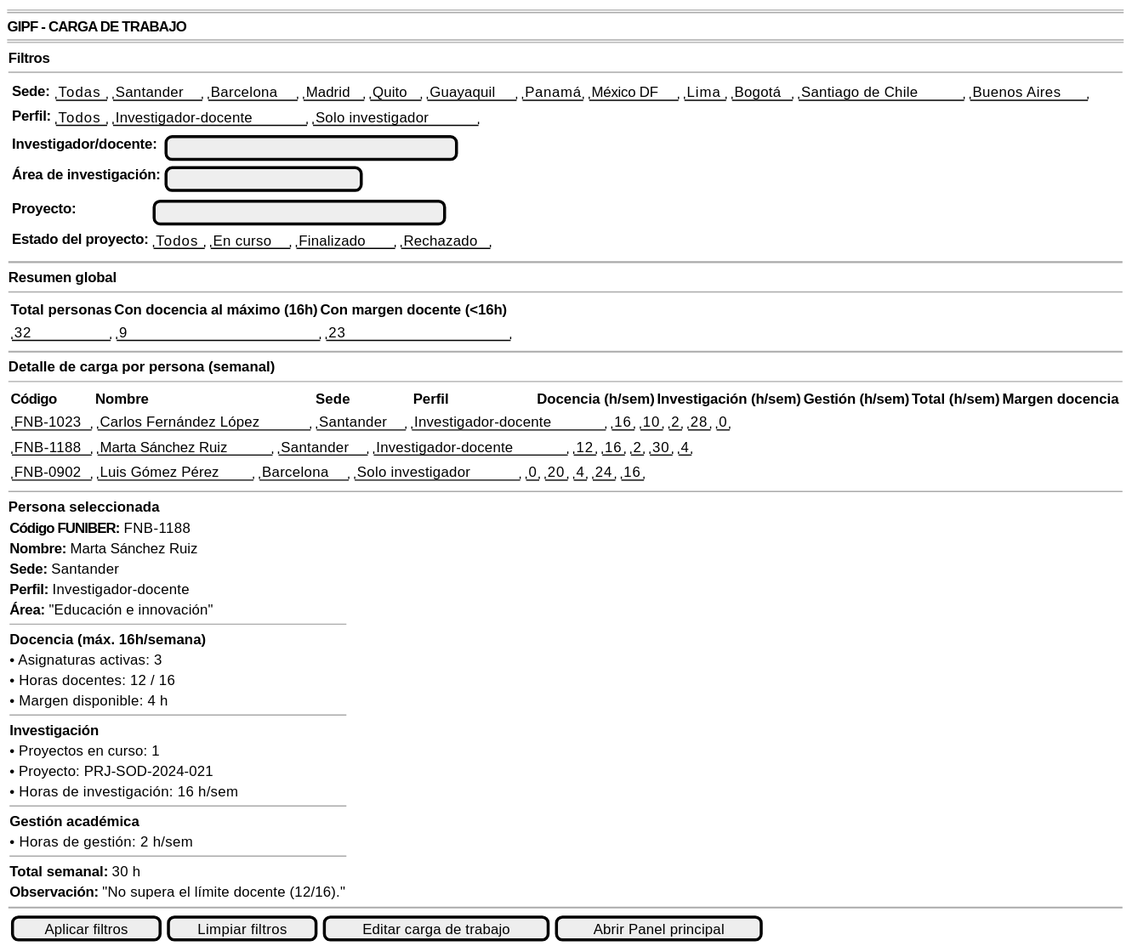
The PlantUML diagram documents/casosDeUso/detalle/coordinador/06-carga-trabajo/abrirOpcionesCargaTrabajo/prototipo/abrirOpcionesCargaTrabajo-wireframe.svg in 31Diego/25-26-IdSw1-SdR, before a commit.
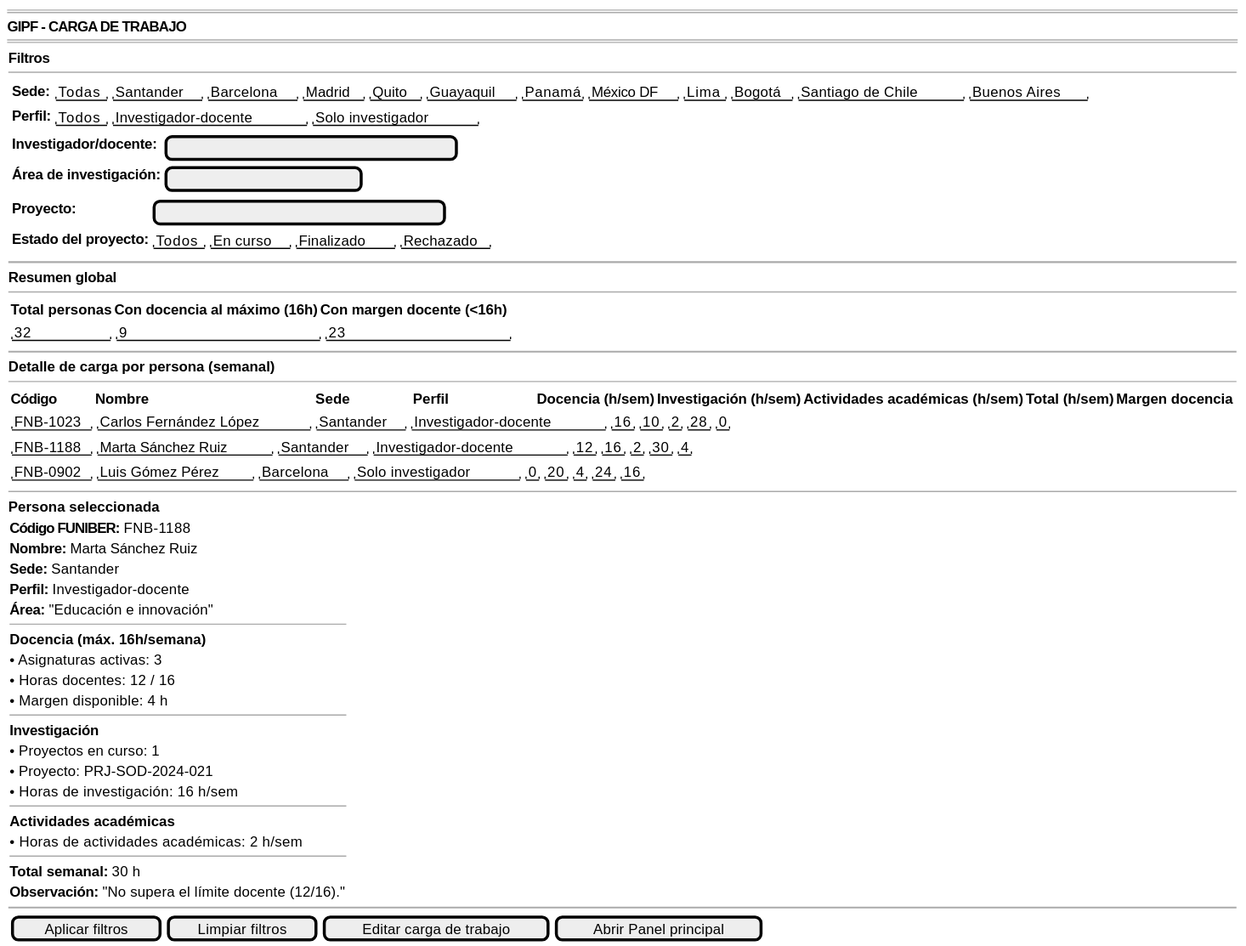
Above is the later version.

Diff of the diagram source:
```diff
@@ -34,7 +34,7 @@
         <b>Detalle de carga por persona (semanal)</b>
         --
         {
-            {<b>Código          </b> | <b>Nombre                                              </b> | <b>Sede                 </b> | <b>Perfil                        </b> | <b>Docencia (h/sem)</b> | <b>Investigación (h/sem)</b> | <b>Gestión (h/sem)</b> | <b>Total (h/sem)</b> | <b>Margen docencia</b>}
+            {<b>Código          </b> | <b>Nombre                                              </b> | <b>Sede                 </b> | <b>Perfil                        </b> | <b>Docencia (h/sem)</b> | <b>Investigación (h/sem)</b> | <b>Actividades académicas (h/sem)</b> | <b>Total (h/sem)</b> | <b>Margen docencia</b>}
             {"FNB-1023" | "Carlos Fernández López" | "Santander" | "Investigador-docente" | "16" | "10" | "2" | "28" | "0"}
             {"FNB-1188" | "Marta Sánchez Ruiz"     | "Santander" | "Investigador-docente" | "12" | "16"  | "2" | "30" | "4"}
             {"FNB-0902" | "Luis Gómez Pérez"       | "Barcelona" | "Solo investigador"     | "0"  | "20" | "4" | "24" | "16"}
@@ -63,8 +63,8 @@
             • Horas de investigación: 16 h/sem
 
             --
-            <b>Gestión académica</b>
-            • Horas de gestión: 2 h/sem
+            <b>Actividades académicas</b>
+            • Horas de actividades académicas: 2 h/sem
 
             --
             <b>Total semanal:</b> 30 h
```
